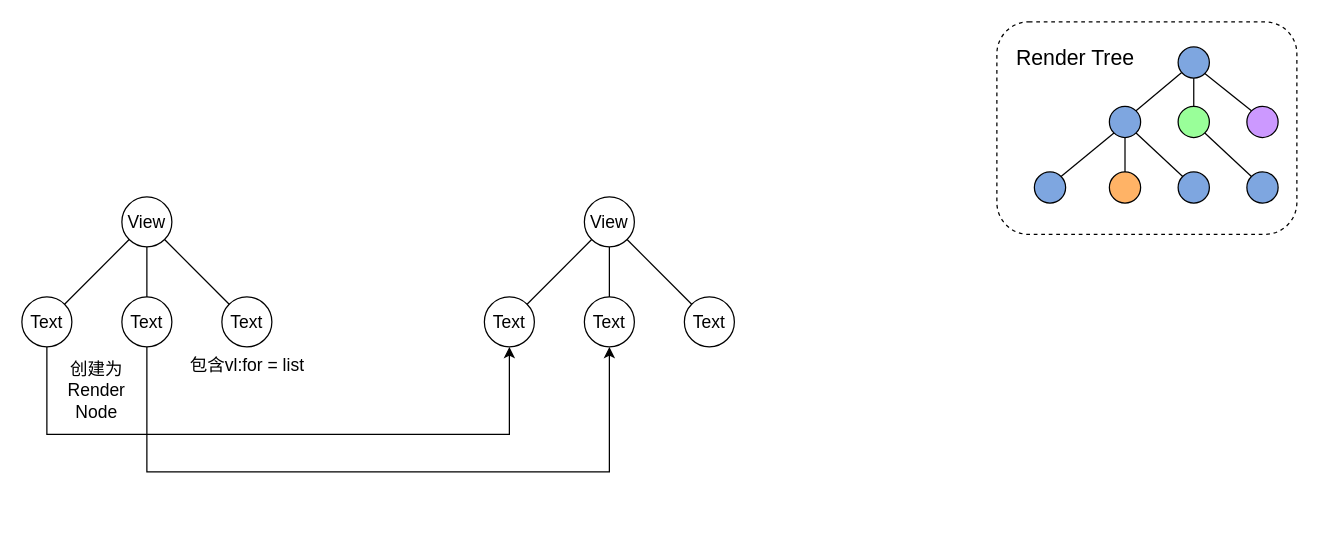
zqy0917/C_DR_Learn keeps this draw.io diagram as page "第 1 页" (1 of 2) of FS/未命名绘图.drawio. Above is the earlier version. Source tidied: cells renumbered, new cells numbered last; positions are measured from the earlier drawing's top-left corner, leaving out a move shared by most shapes. Both pictures are drawn from the tidied source at 125%, with x=0, y=0 at pixel (21, 21).
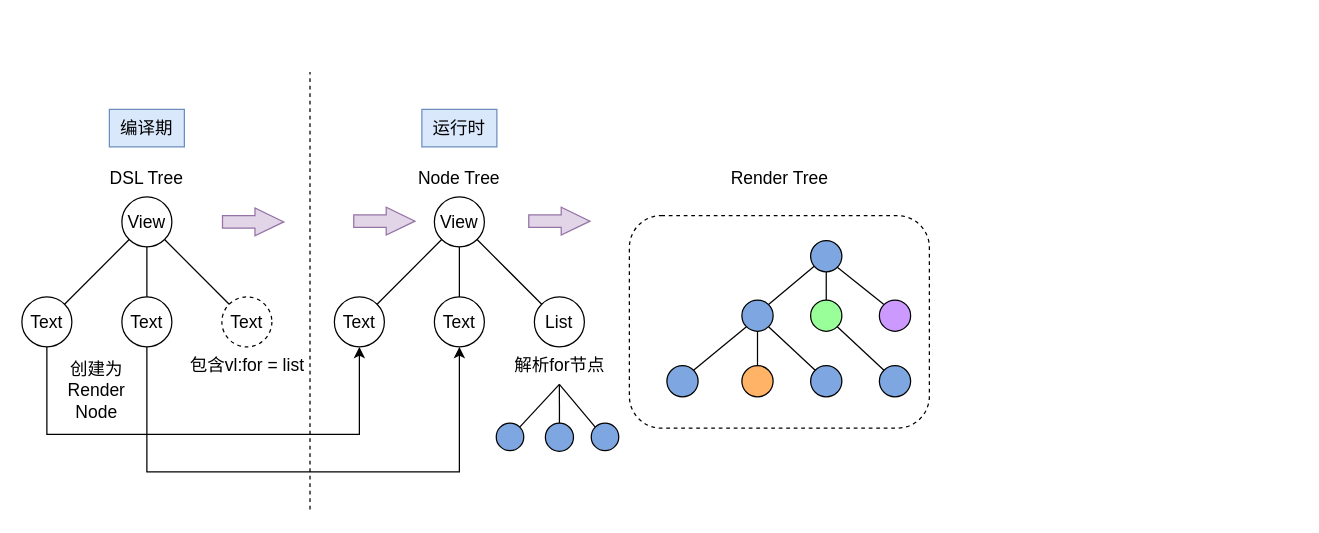
The same diagram, later.

Commit message (it also covers changes not shown here):
更新未命名绘图.drawio

The change refers to these unchanged cells:
```xml
<mxCell id="4" value="Text" style="ellipse;whiteSpace=wrap;html=1;fontSize=14;" parent="1" vertex="1">
  <mxGeometry y="220" width="40" height="40" as="geometry" />
</mxCell>
<mxCell id="6" value="Text" style="ellipse;whiteSpace=wrap;html=1;fontSize=14;" parent="1" vertex="1">
  <mxGeometry x="80" y="220" width="40" height="40" as="geometry" />
</mxCell>
```

Change to the diagram source:
```diff
@@
     <mxCell id="2" style="rounded=1;whiteSpace=wrap;html=1;shadow=0;dashed=1;" parent="1" vertex="1">
-      <mxGeometry x="780" width="240" height="170" as="geometry" />
+      <mxGeometry x="486" y="155" width="240" height="170" as="geometry" />
     </mxCell>
@@
-    <mxCell id="7" value="Text" style="ellipse;whiteSpace=wrap;html=1;fontSize=14;" parent="1" vertex="1">
+    <mxCell id="7" value="Text" style="ellipse;whiteSpace=wrap;html=1;fontSize=14;dashed=1;" parent="1" vertex="1">
       <mxGeometry x="160" y="220" width="40" height="40" as="geometry" />
     </mxCell>
@@
     <mxCell id="10" style="ellipse;whiteSpace=wrap;html=1;fillColor=#7EA6E0;" parent="1" vertex="1">
-      <mxGeometry x="925" y="20" width="25" height="25" as="geometry" />
+      <mxGeometry x="631" y="175" width="25" height="25" as="geometry" />
     </mxCell>
     <mxCell id="11" style="ellipse;whiteSpace=wrap;html=1;fillColor=#7EA6E0;" parent="1" vertex="1">
-      <mxGeometry x="870" y="67.5" width="25" height="25" as="geometry" />
+      <mxGeometry x="576" y="222.5" width="25" height="25" as="geometry" />
     </mxCell>
@@
     <mxCell id="13" style="ellipse;whiteSpace=wrap;html=1;fillColor=#99FF99;" parent="1" vertex="1">
-      <mxGeometry x="925" y="67.5" width="25" height="25" as="geometry" />
+      <mxGeometry x="631" y="222.5" width="25" height="25" as="geometry" />
     </mxCell>
     <mxCell id="14" style="ellipse;whiteSpace=wrap;html=1;fillColor=#CC99FF;" parent="1" vertex="1">
-      <mxGeometry x="980" y="67.5" width="25" height="25" as="geometry" />
+      <mxGeometry x="686" y="222.5" width="25" height="25" as="geometry" />
     </mxCell>
@@
     <mxCell id="17" style="ellipse;whiteSpace=wrap;html=1;fillColor=#7EA6E0;" parent="1" vertex="1">
-      <mxGeometry x="810" y="120" width="25" height="25" as="geometry" />
+      <mxGeometry x="516" y="275" width="25" height="25" as="geometry" />
     </mxCell>
     <mxCell id="18" style="ellipse;whiteSpace=wrap;html=1;fillColor=#FFB366;" parent="1" vertex="1">
-      <mxGeometry x="870" y="120" width="25" height="25" as="geometry" />
+      <mxGeometry x="576" y="275" width="25" height="25" as="geometry" />
     </mxCell>
     <mxCell id="19" style="ellipse;whiteSpace=wrap;html=1;fillColor=#7EA6E0;" parent="1" vertex="1">
-      <mxGeometry x="925" y="120" width="25" height="25" as="geometry" />
+      <mxGeometry x="631" y="275" width="25" height="25" as="geometry" />
     </mxCell>
     <mxCell id="20" style="ellipse;whiteSpace=wrap;html=1;fillColor=#7EA6E0;" parent="1" vertex="1">
-      <mxGeometry x="980" y="120" width="25" height="25" as="geometry" />
+      <mxGeometry x="686" y="275" width="25" height="25" as="geometry" />
     </mxCell>
@@
-    <mxCell id="25" value="Render Tree" style="text;html=1;strokeColor=none;fillColor=none;align=center;verticalAlign=middle;whiteSpace=wrap;rounded=0;fontSize=17;" parent="1" vertex="1">
-      <mxGeometry x="790" y="15" width="106" height="30" as="geometry" />
-    </mxCell>
     <mxCell id="26" value="View" style="ellipse;whiteSpace=wrap;html=1;fontSize=14;" parent="1" vertex="1">
-      <mxGeometry x="450" y="140" width="40" height="40" as="geometry" />
+      <mxGeometry x="330" y="140" width="40" height="40" as="geometry" />
     </mxCell>
     <mxCell id="27" value="Text" style="ellipse;whiteSpace=wrap;html=1;fontSize=14;" parent="1" vertex="1">
-      <mxGeometry x="370" y="220" width="40" height="40" as="geometry" />
+      <mxGeometry x="250" y="220" width="40" height="40" as="geometry" />
     </mxCell>
@@
     <mxCell id="29" value="Text" style="ellipse;whiteSpace=wrap;html=1;fontSize=14;" parent="1" vertex="1">
-      <mxGeometry x="450" y="220" width="40" height="40" as="geometry" />
+      <mxGeometry x="330" y="220" width="40" height="40" as="geometry" />
     </mxCell>
-    <mxCell id="30" value="Text" style="ellipse;whiteSpace=wrap;html=1;fontSize=14;" parent="1" vertex="1">
-      <mxGeometry x="530" y="220" width="40" height="40" as="geometry" />
+    <mxCell id="30" value="List" style="ellipse;whiteSpace=wrap;html=1;fontSize=14;" parent="1" vertex="1">
+      <mxGeometry x="410" y="220" width="40" height="40" as="geometry" />
     </mxCell>
@@
     <mxCell id="33" style="endArrow=classic;html=1;rounded=0;fontSize=14;exitX=0.5;exitY=1;exitDx=0;exitDy=0;entryX=0.5;entryY=1;entryDx=0;entryDy=0;" parent="1" edge="1" source="6" target="29">
       <mxGeometry relative="1" as="geometry">
         <Array as="points">
           <mxPoint x="100" y="360" />
           <mxPoint x="210" y="360" />
           <mxPoint x="320" y="360" />
-          <mxPoint x="470" y="360" />
+          <mxPoint x="350" y="360" />
         </Array>
       </mxGeometry>
     </mxCell>
     <mxCell id="34" style="endArrow=classic;html=1;rounded=0;fontSize=14;exitX=0.5;exitY=1;exitDx=0;exitDy=0;entryX=0.5;entryY=1;entryDx=0;entryDy=0;" parent="1" edge="1" source="4" target="27">
       <mxGeometry relative="1" as="geometry">
         <Array as="points">
           <mxPoint x="20" y="330" />
           <mxPoint x="130" y="330" />
           <mxPoint x="240" y="330" />
-          <mxPoint x="390" y="330" />
+          <mxPoint x="270" y="330" />
         </Array>
       </mxGeometry>
     </mxCell>
@@
+    <mxCell id="37" value="DSL Tree" style="text;html=1;strokeColor=none;fillColor=none;align=center;verticalAlign=middle;whiteSpace=wrap;rounded=0;fontSize=14;" parent="1" vertex="1">
+      <mxGeometry x="60" y="110" width="80" height="30" as="geometry" />
+    </mxCell>
+    <mxCell id="38" value="Node Tree" style="text;html=1;strokeColor=none;fillColor=none;align=center;verticalAlign=middle;whiteSpace=wrap;rounded=0;fontSize=14;" parent="1" vertex="1">
+      <mxGeometry x="315" y="110" width="70" height="30" as="geometry" />
+    </mxCell>
+    <mxCell id="39" value="解析for节点" style="text;html=1;strokeColor=none;fillColor=none;align=center;verticalAlign=middle;whiteSpace=wrap;rounded=0;fontSize=14;" parent="1" vertex="1">
+      <mxGeometry x="379.5" y="260" width="101" height="30" as="geometry" />
+    </mxCell>
+    <mxCell id="25" value="Render Tree" style="text;html=1;strokeColor=none;fillColor=none;align=center;verticalAlign=middle;whiteSpace=wrap;rounded=0;fontSize=14;" parent="1" vertex="1">
+      <mxGeometry x="563.5" y="110" width="85" height="30" as="geometry" />
+    </mxCell>
+    <mxCell id="40" style="endArrow=none;dashed=1;html=1;rounded=0;fontSize=14;" parent="1" edge="1">
+      <mxGeometry relative="1" as="geometry">
+        <mxPoint x="230.5" y="390" as="sourcePoint" />
+        <mxPoint x="230.5" y="40" as="targetPoint" />
+      </mxGeometry>
+    </mxCell>
+    <mxCell id="41" value="编译期" style="text;html=1;strokeColor=#6c8ebf;fillColor=#dae8fc;align=center;verticalAlign=middle;whiteSpace=wrap;rounded=0;fontSize=14;" parent="1" vertex="1">
+      <mxGeometry x="70" y="70" width="60" height="30" as="geometry" />
+    </mxCell>
+    <mxCell id="42" value="运行时" style="text;html=1;strokeColor=#6c8ebf;fillColor=#dae8fc;align=center;verticalAlign=middle;whiteSpace=wrap;rounded=0;fontSize=14;" parent="1" vertex="1">
+      <mxGeometry x="320" y="70" width="60" height="30" as="geometry" />
+    </mxCell>
+    <mxCell id="43" style="shape=flexArrow;endArrow=classic;html=1;rounded=0;fontSize=14;endWidth=11.11111111111111;endSize=7.344444444444445;fillColor=#e1d5e7;strokeColor=#9673a6;" parent="1" edge="1">
+      <mxGeometry relative="1" as="geometry">
+        <mxPoint x="160" y="160" as="sourcePoint" />
+        <mxPoint x="210" y="160" as="targetPoint" />
+      </mxGeometry>
+    </mxCell>
+    <mxCell id="44" style="shape=flexArrow;endArrow=classic;html=1;rounded=0;fontSize=14;endWidth=11.11111111111111;endSize=7.344444444444445;fillColor=#e1d5e7;strokeColor=#9673a6;" parent="1" edge="1">
+      <mxGeometry relative="1" as="geometry">
+        <mxPoint x="405" y="159.4" as="sourcePoint" />
+        <mxPoint x="455" y="159.4" as="targetPoint" />
+      </mxGeometry>
+    </mxCell>
+    <mxCell id="45" style="shape=flexArrow;endArrow=classic;html=1;rounded=0;fontSize=14;endWidth=11.11111111111111;endSize=7.344444444444445;fillColor=#e1d5e7;strokeColor=#9673a6;" parent="1" edge="1">
+      <mxGeometry relative="1" as="geometry">
+        <mxPoint x="265" y="159.4" as="sourcePoint" />
+        <mxPoint x="315" y="159.4" as="targetPoint" />
+      </mxGeometry>
+    </mxCell>
+    <mxCell id="46" style="ellipse;whiteSpace=wrap;html=1;fillColor=#7EA6E0;" parent="1" vertex="1">
+      <mxGeometry x="418.8" y="321" width="22.5" height="22.5" as="geometry" />
+    </mxCell>
+    <mxCell id="47" style="ellipse;whiteSpace=wrap;html=1;fillColor=#7EA6E0;" parent="1" vertex="1">
+      <mxGeometry x="379.5" y="321" width="22" height="22" as="geometry" />
+    </mxCell>
+    <mxCell id="48" style="ellipse;whiteSpace=wrap;html=1;fillColor=#7EA6E0;" parent="1" vertex="1">
+      <mxGeometry x="455.5" y="321" width="22" height="22" as="geometry" />
+    </mxCell>
+    <mxCell id="49" style="endArrow=none;html=1;rounded=0;fontSize=14;exitX=1;exitY=0;exitDx=0;exitDy=0;" parent="1" edge="1" source="47">
+      <mxGeometry relative="1" as="geometry">
+        <mxPoint x="430" y="290" as="targetPoint" />
+      </mxGeometry>
+    </mxCell>
+    <mxCell id="50" style="endArrow=none;html=1;rounded=0;fontSize=14;exitX=0.5;exitY=0;exitDx=0;exitDy=0;entryX=0.5;entryY=1;entryDx=0;entryDy=0;" parent="1" edge="1" source="46" target="39">
+      <mxGeometry relative="1" as="geometry" />
+    </mxCell>
+    <mxCell id="51" style="endArrow=none;html=1;rounded=0;fontSize=14;exitX=0;exitY=0;exitDx=0;exitDy=0;entryX=0.5;entryY=1;entryDx=0;entryDy=0;" parent="1" edge="1" source="48" target="39">
+      <mxGeometry relative="1" as="geometry" />
+    </mxCell>
```
